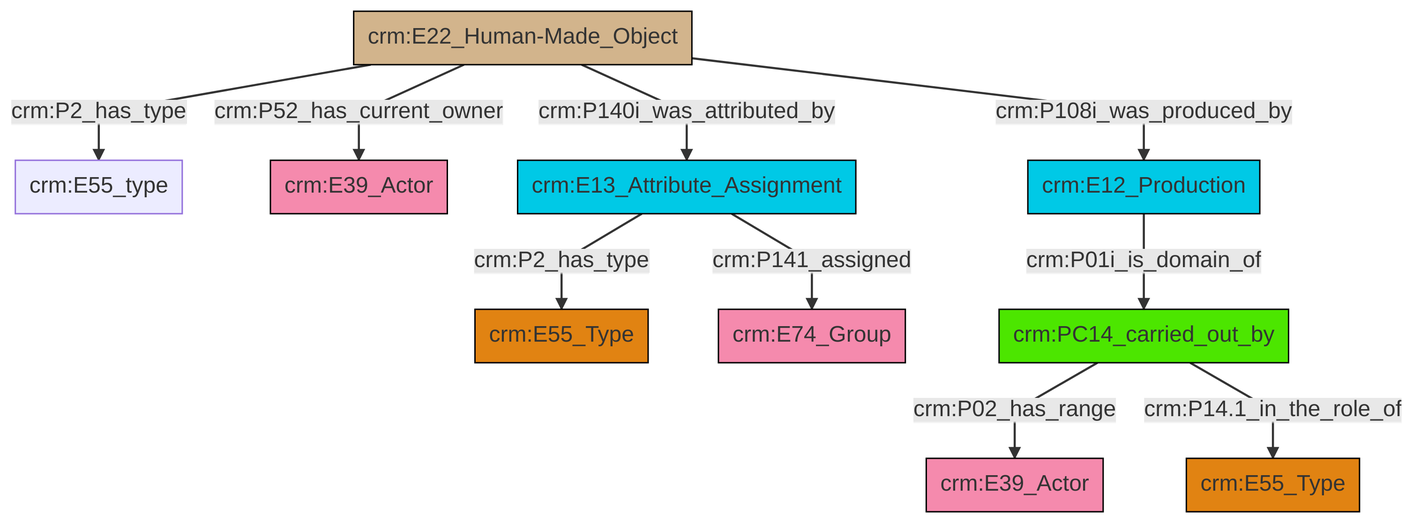
swiss-art-research-net/docs.swissartresearch keeps this Mermaid diagram as et/builtWorkCSV/ttl/mmd/png/Built_Work_actor_relations.png. Above is the earlier version. Its source is kept beside it as et/builtWorkCSV/ttl/mmd/Built_Work_actor_relations.ttl.mmd.
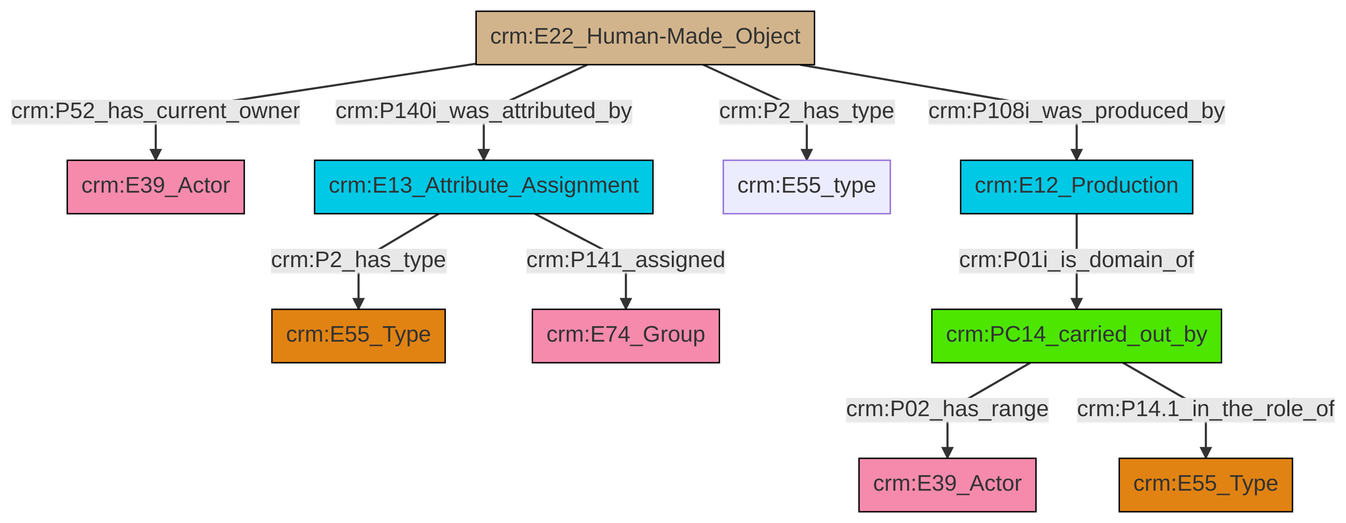
Later version of the same file.

What changed in the source:
```diff
@@ -13,12 +13,12 @@
 classDef PC_Classes fill:#4ce600, stroke:#000000;
 classDef Multi fill:#cccccc,stroke:#000000;
 
-2["crm:E22_Human-Made_Object"]:::Physical_Thing -->|crm:P2_has_type| 3["crm:E55_type"]:::Default
-9["crm:E12_Production"]:::Temporal_Entity -->|crm:P01i_is_domain_of| 10["crm:PC14_carried_out_by"]:::PC_Classes
-10["crm:PC14_carried_out_by"]:::PC_Classes -->|crm:P02_has_range| 6["crm:E39_Actor"]:::Actor
-11["crm:E13_Attribute_Assignment"]:::Temporal_Entity -->|crm:P2_has_type| 0["crm:E55_Type"]:::Type
-10["crm:PC14_carried_out_by"]:::PC_Classes -->|crm:P14.1_in_the_role_of| 14["crm:E55_Type"]:::Type
-11["crm:E13_Attribute_Assignment"]:::Temporal_Entity -->|crm:P141_assigned| 15["crm:E74_Group"]:::Actor
-2["crm:E22_Human-Made_Object"]:::Physical_Thing -->|crm:P52_has_current_owner| 4["crm:E39_Actor"]:::Actor
-2["crm:E22_Human-Made_Object"]:::Physical_Thing -->|crm:P140i_was_attributed_by| 11["crm:E13_Attribute_Assignment"]:::Temporal_Entity
-2["crm:E22_Human-Made_Object"]:::Physical_Thing -->|crm:P108i_was_produced_by| 9["crm:E12_Production"]:::Temporal_Entity
+0["crm:E22_Human-Made_Object"]:::Physical_Thing -->|crm:P52_has_current_owner| 2["crm:E39_Actor"]:::Actor
+10["crm:PC14_carried_out_by"]:::PC_Classes -->|crm:P02_has_range| 11["crm:E39_Actor"]:::Actor
+4["crm:E13_Attribute_Assignment"]:::Temporal_Entity -->|crm:P141_assigned| 8["crm:E74_Group"]:::Actor
+0["crm:E22_Human-Made_Object"]:::Physical_Thing -->|crm:P140i_was_attributed_by| 4["crm:E13_Attribute_Assignment"]:::Temporal_Entity
+4["crm:E13_Attribute_Assignment"]:::Temporal_Entity -->|crm:P2_has_type| 6["crm:E55_Type"]:::Type
+0["crm:E22_Human-Made_Object"]:::Physical_Thing -->|crm:P2_has_type| 12["crm:E55_type"]:::Default
+10["crm:PC14_carried_out_by"]:::PC_Classes -->|crm:P14.1_in_the_role_of| 16["crm:E55_Type"]:::Type
+18["crm:E12_Production"]:::Temporal_Entity -->|crm:P01i_is_domain_of| 10["crm:PC14_carried_out_by"]:::PC_Classes
+0["crm:E22_Human-Made_Object"]:::Physical_Thing -->|crm:P108i_was_produced_by| 18["crm:E12_Production"]:::Temporal_Entity
```
